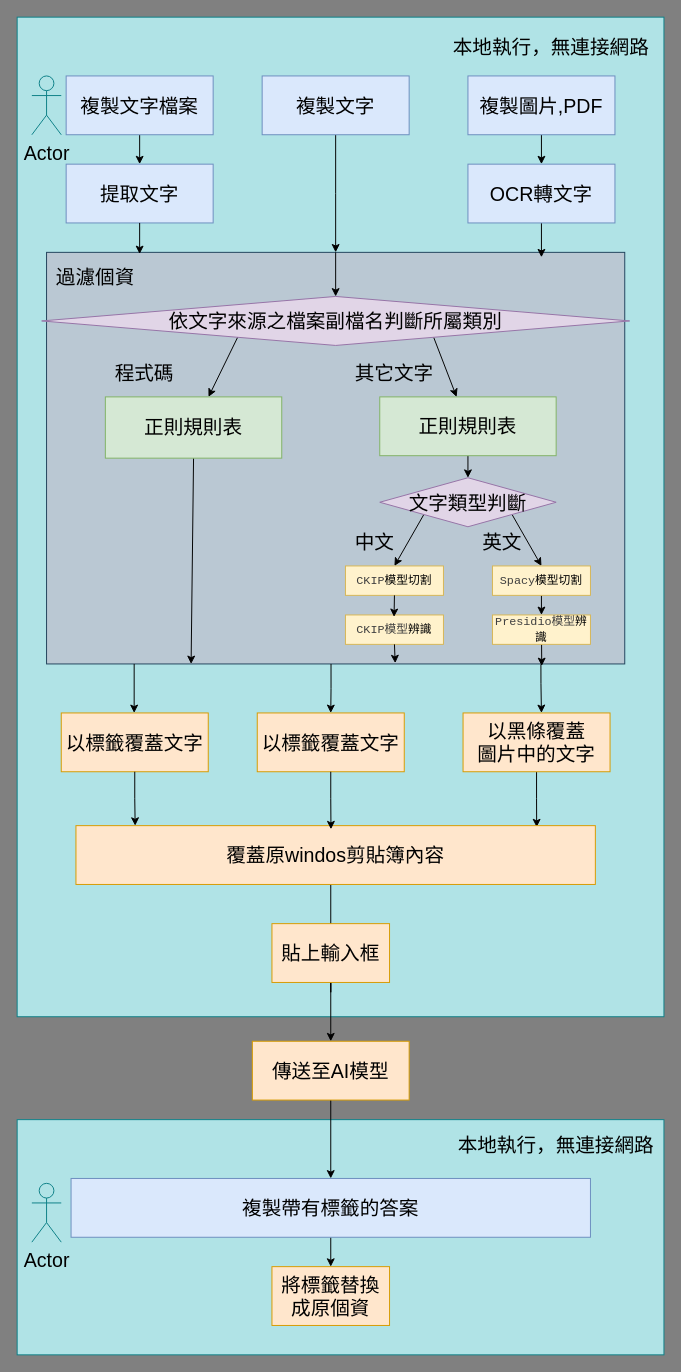
CodeRichen/presidio-application keeps this draw.io diagram as report/使用流程.drawio. Above is the earlier version. Source tidied: cells renumbered, new cells numbered last; positions are measured from the earlier drawing's top-left corner, leaving out a move shared by most shapes. Both pictures are drawn from the tidied source at 98%, with x=0, y=0 at pixel (17, 17).
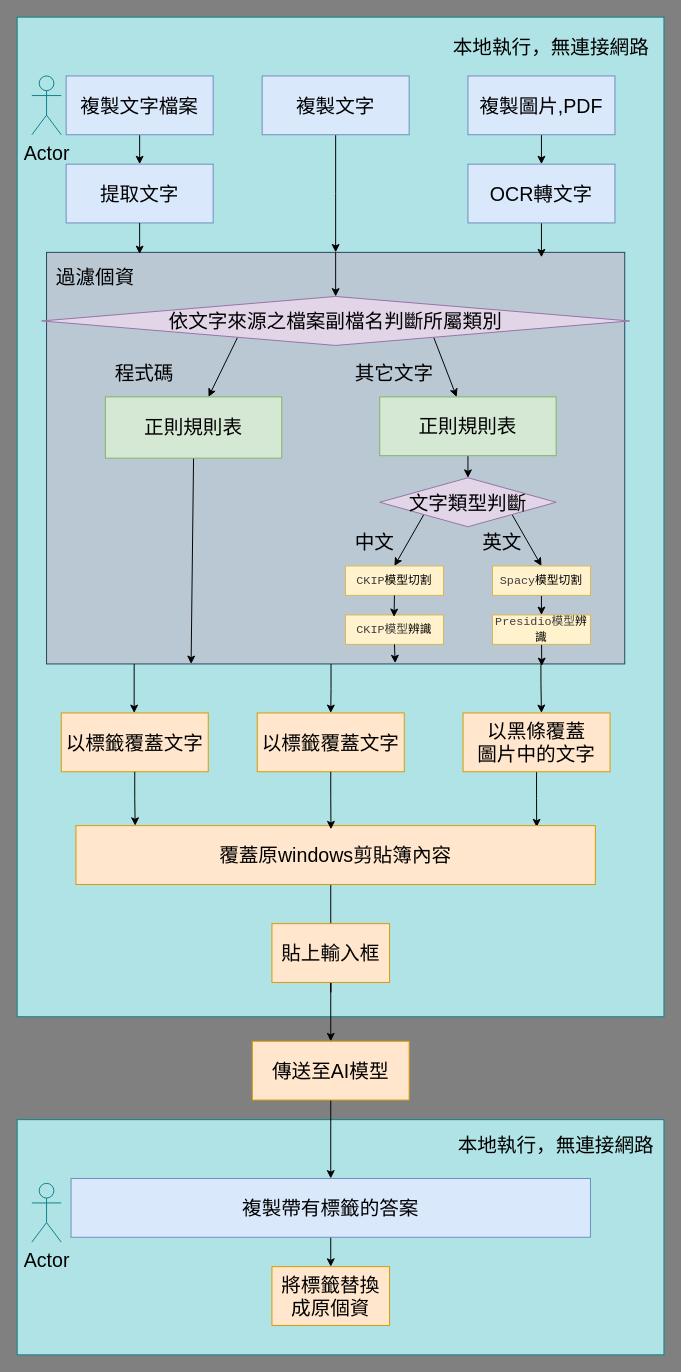
The same diagram, later.

What changed in the source:
```diff
@@
-    <mxCell id="22" value="覆蓋原windos剪貼簿內容" style="rounded=0;whiteSpace=wrap;html=1;fontSize=20;fillColor=#ffe6cc;strokeColor=#d79b00;" parent="1" vertex="1">
+    <mxCell id="22" value="覆蓋原windows剪貼簿內容" style="rounded=0;whiteSpace=wrap;html=1;fontSize=20;fillColor=#ffe6cc;strokeColor=#d79b00;" parent="1" vertex="1">
       <mxGeometry x="60" y="825" width="530" height="60" as="geometry" />
     </mxCell>
```
